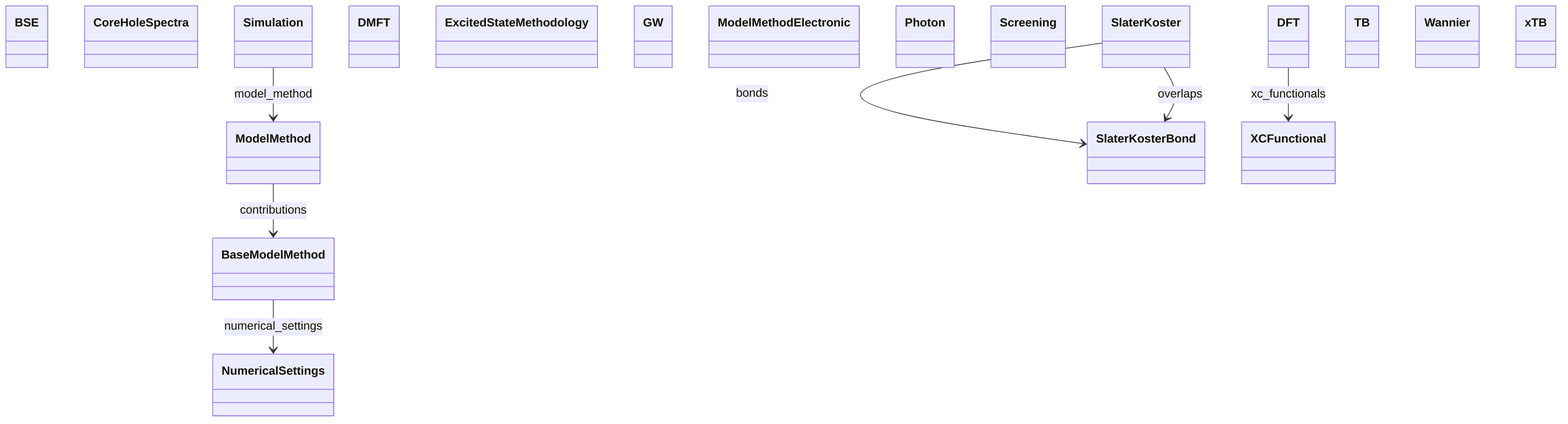
Earlier version of the Mermaid export docs/assets/diagrams/model_method_0.png (FAIRmat-NFDI/nomad-simulations). Its source is kept beside it as docs/assets/diagrams/model_method_0.png.mmd.
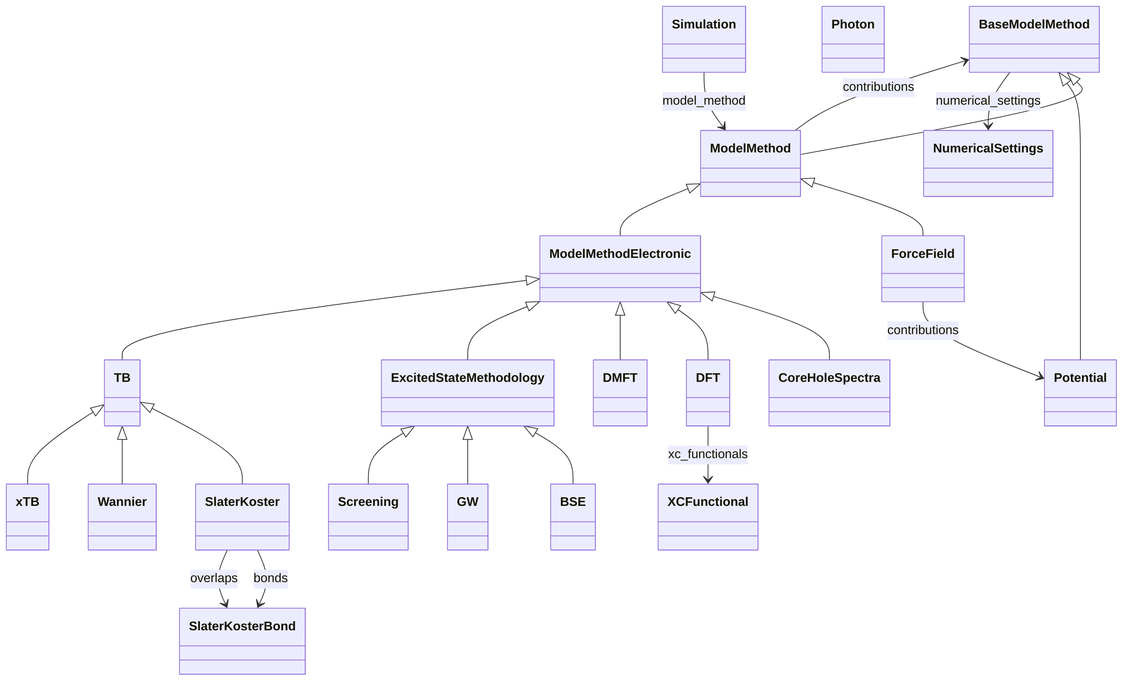
Above is the later version.

Diff of the diagram source:
```diff
@@ -5,11 +5,13 @@
     class DFT
     class DMFT
     class ExcitedStateMethodology
+    class ForceField
     class GW
     class ModelMethod
     class ModelMethodElectronic
     class NumericalSettings
     class Photon
+    class Potential
     class Screening
     class Simulation
     class SlaterKoster
@@ -18,8 +20,24 @@
     class Wannier
     class XCFunctional
     class xTB
+    ExcitedStateMethodology <|-- BSE
+    ModelMethodElectronic <|-- CoreHoleSpectra
+    ModelMethodElectronic <|-- DFT
+    ModelMethodElectronic <|-- DMFT
+    ModelMethodElectronic <|-- ExcitedStateMethodology
+    ModelMethod <|-- ForceField
+    ExcitedStateMethodology <|-- GW
+    BaseModelMethod <|-- ModelMethod
+    ModelMethod <|-- ModelMethodElectronic
+    BaseModelMethod <|-- Potential
+    ExcitedStateMethodology <|-- Screening
+    TB <|-- SlaterKoster
+    ModelMethodElectronic <|-- TB
+    TB <|-- Wannier
+    TB <|-- xTB
     BaseModelMethod --> NumericalSettings : numerical_settings
     DFT --> XCFunctional : xc_functionals
+    ForceField --> Potential : contributions
     ModelMethod --> BaseModelMethod : contributions
     Simulation --> ModelMethod : model_method
     SlaterKoster --> SlaterKosterBond : bonds
```
